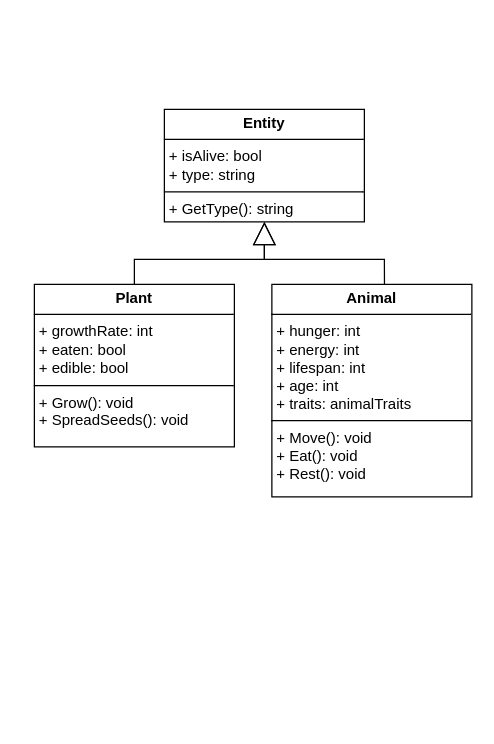
Mythicies/Mythicies keeps this draw.io diagram as Dagbesteding/C++/Ecosystem/Design/Class diagram ecosystem.drawio. Above is the earlier version. Source tidied: cells renumbered, new cells numbered last; positions are measured from the earlier drawing's top-left corner, leaving out a move shared by most shapes. Both pictures are drawn from the tidied source at 125%, with x=0, y=0 at pixel (34, 109).
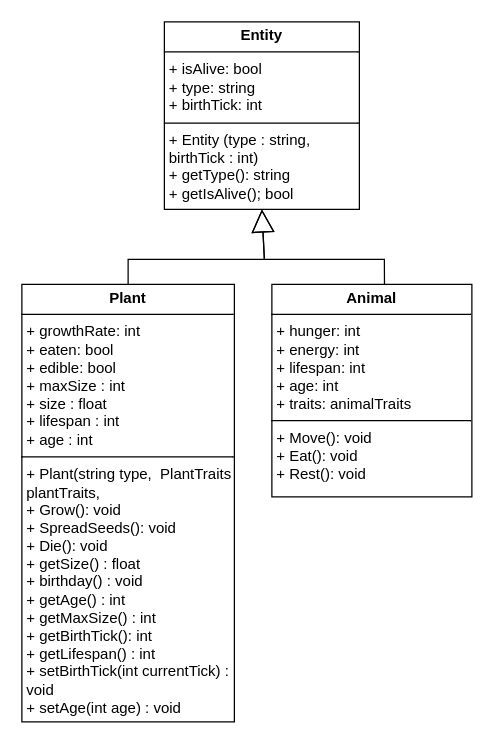
The same page after the edit.

Change to the diagram source:
```diff
@@
 <mxGraphModel>
   <root>
     <mxCell id="0" />
     <mxCell id="1" parent="0" />
-    <mxCell id="2" value="&lt;p style=&quot;margin:0px;margin-top:4px;text-align:center;&quot;&gt;&lt;b&gt;Entity&lt;/b&gt;&lt;/p&gt;&lt;hr size=&quot;1&quot; style=&quot;border-style:solid;&quot;&gt;&lt;p style=&quot;margin:0px;margin-left:4px;&quot;&gt;&lt;span style=&quot;background-color: transparent; color: light-dark(rgb(0, 0, 0), rgb(255, 255, 255));&quot;&gt;+ isAlive: bool&lt;/span&gt;&lt;/p&gt;&lt;p style=&quot;margin:0px;margin-left:4px;&quot;&gt;&lt;span style=&quot;background-color: transparent; color: light-dark(rgb(0, 0, 0), rgb(255, 255, 255));&quot;&gt;+ type: string&lt;/span&gt;&lt;/p&gt;&lt;hr size=&quot;1&quot; style=&quot;border-style:solid;&quot;&gt;&lt;p style=&quot;margin:0px;margin-left:4px;&quot;&gt;+ GetType(): string&lt;/p&gt;" style="verticalAlign=top;align=left;overflow=fill;html=1;whiteSpace=wrap;" parent="1" vertex="1">
-      <mxGeometry x="104" width="160" height="90" as="geometry" />
+    <mxCell id="2" value="&lt;p style=&quot;margin:0px;margin-top:4px;text-align:center;&quot;&gt;&lt;b&gt;Entity&lt;/b&gt;&lt;/p&gt;&lt;hr size=&quot;1&quot; style=&quot;border-style:solid;&quot;&gt;&lt;p style=&quot;margin:0px;margin-left:4px;&quot;&gt;&lt;span style=&quot;background-color: transparent; color: light-dark(rgb(0, 0, 0), rgb(255, 255, 255));&quot;&gt;+ isAlive: bool&lt;/span&gt;&lt;/p&gt;&lt;p style=&quot;margin:0px;margin-left:4px;&quot;&gt;&lt;span style=&quot;background-color: transparent; color: light-dark(rgb(0, 0, 0), rgb(255, 255, 255));&quot;&gt;+ type: string&lt;/span&gt;&lt;/p&gt;&lt;p style=&quot;margin:0px;margin-left:4px;&quot;&gt;+ birthTick: int&lt;/p&gt;&lt;hr size=&quot;1&quot; style=&quot;border-style:solid;&quot;&gt;&lt;p style=&quot;margin:0px;margin-left:4px;&quot;&gt;+ Entity (type : string, birthTick : int)&lt;/p&gt;&lt;p style=&quot;margin:0px;margin-left:4px;&quot;&gt;+ getType(): string&lt;/p&gt;&lt;p style=&quot;margin:0px;margin-left:4px;&quot;&gt;+ getIsAlive(); bool&lt;/p&gt;&lt;p style=&quot;margin:0px;margin-left:4px;&quot;&gt;&lt;br&gt;&lt;/p&gt;" style="verticalAlign=top;align=left;overflow=fill;html=1;whiteSpace=wrap;" parent="1" vertex="1">
+      <mxGeometry x="104" y="-70" width="156" height="150" as="geometry" />
     </mxCell>
-    <mxCell id="3" value="&lt;p style=&quot;margin:0px;margin-top:4px;text-align:center;&quot;&gt;&lt;b&gt;Plant&lt;/b&gt;&lt;/p&gt;&lt;hr size=&quot;1&quot; style=&quot;border-style:solid;&quot;&gt;&lt;p style=&quot;margin:0px;margin-left:4px;&quot;&gt;+ growthRate: int&lt;/p&gt;&lt;p style=&quot;margin:0px;margin-left:4px;&quot;&gt;+ eaten: bool&lt;/p&gt;&lt;p style=&quot;margin:0px;margin-left:4px;&quot;&gt;+ edible: bool&lt;/p&gt;&lt;hr size=&quot;1&quot; style=&quot;border-style:solid;&quot;&gt;&lt;p style=&quot;margin:0px;margin-left:4px;&quot;&gt;+ Grow(): void&lt;/p&gt;&lt;p style=&quot;margin:0px;margin-left:4px;&quot;&gt;+ SpreadSeeds(): void&lt;/p&gt;" style="verticalAlign=top;align=left;overflow=fill;html=1;whiteSpace=wrap;" parent="1" vertex="1">
-      <mxGeometry y="140" width="160" height="130" as="geometry" />
+    <mxCell id="3" value="&lt;p style=&quot;margin:0px;margin-top:4px;text-align:center;&quot;&gt;&lt;b&gt;Plant&lt;/b&gt;&lt;/p&gt;&lt;hr size=&quot;1&quot; style=&quot;border-style:solid;&quot;&gt;&lt;p style=&quot;margin:0px;margin-left:4px;&quot;&gt;+ growthRate: int&lt;/p&gt;&lt;p style=&quot;margin:0px;margin-left:4px;&quot;&gt;+ eaten: bool&lt;/p&gt;&lt;p style=&quot;margin:0px;margin-left:4px;&quot;&gt;+ edible: bool&lt;/p&gt;&lt;p style=&quot;margin:0px;margin-left:4px;&quot;&gt;+ maxSize : int&lt;/p&gt;&lt;p style=&quot;margin:0px;margin-left:4px;&quot;&gt;+ size : float&lt;/p&gt;&lt;p style=&quot;margin:0px;margin-left:4px;&quot;&gt;+ lifespan : int&lt;/p&gt;&lt;p style=&quot;margin:0px;margin-left:4px;&quot;&gt;+ age : int&lt;/p&gt;&lt;hr size=&quot;1&quot; style=&quot;border-style:solid;&quot;&gt;&lt;p style=&quot;margin:0px;margin-left:4px;&quot;&gt;+ Plant(string type,&amp;nbsp; PlantTraits plantTraits,&amp;nbsp;&lt;/p&gt;&lt;p style=&quot;margin:0px;margin-left:4px;&quot;&gt;+ Grow(): void&lt;/p&gt;&lt;p style=&quot;margin:0px;margin-left:4px;&quot;&gt;+ SpreadSeeds(): void&lt;/p&gt;&lt;p style=&quot;margin:0px;margin-left:4px;&quot;&gt;+ Die(): void&lt;/p&gt;&lt;p style=&quot;margin:0px;margin-left:4px;&quot;&gt;+ getSize() : float&lt;/p&gt;&lt;p style=&quot;margin:0px;margin-left:4px;&quot;&gt;+ birthday() : void&lt;/p&gt;&lt;p style=&quot;margin:0px;margin-left:4px;&quot;&gt;+ getAge() : int&lt;/p&gt;&lt;p style=&quot;margin:0px;margin-left:4px;&quot;&gt;+ getMaxSize() : int&lt;/p&gt;&lt;p style=&quot;margin:0px;margin-left:4px;&quot;&gt;+ getBirthTick(): int&lt;/p&gt;&lt;p style=&quot;margin:0px;margin-left:4px;&quot;&gt;+ getLifespan() : int&lt;/p&gt;&lt;p style=&quot;margin:0px;margin-left:4px;&quot;&gt;+ setBirthTick(int currentTick) : void&lt;/p&gt;&lt;p style=&quot;margin:0px;margin-left:4px;&quot;&gt;+ setAge(int age) : void&lt;/p&gt;" style="verticalAlign=top;align=left;overflow=fill;html=1;whiteSpace=wrap;" parent="1" vertex="1">
+      <mxGeometry x="-10" y="140" width="170" height="350" as="geometry" />
     </mxCell>
     <mxCell id="4" value="&lt;p style=&quot;margin:0px;margin-top:4px;text-align:center;&quot;&gt;&lt;b&gt;Animal&lt;/b&gt;&lt;/p&gt;&lt;hr size=&quot;1&quot; style=&quot;border-style:solid;&quot;&gt;&lt;p style=&quot;margin:0px;margin-left:4px;&quot;&gt;+ hunger: int&lt;/p&gt;&lt;p style=&quot;margin:0px;margin-left:4px;&quot;&gt;+ energy: int&lt;/p&gt;&lt;p style=&quot;margin:0px;margin-left:4px;&quot;&gt;+ lifespan: int&lt;/p&gt;&lt;p style=&quot;margin:0px;margin-left:4px;&quot;&gt;+ age: int&lt;/p&gt;&lt;p style=&quot;margin:0px;margin-left:4px;&quot;&gt;+ traits: animalTraits&lt;/p&gt;&lt;hr size=&quot;1&quot; style=&quot;border-style:solid;&quot;&gt;&lt;p style=&quot;margin:0px;margin-left:4px;&quot;&gt;+ Move(): void&lt;/p&gt;&lt;p style=&quot;margin:0px;margin-left:4px;&quot;&gt;+ Eat(): void&lt;/p&gt;&lt;p style=&quot;margin:0px;margin-left:4px;&quot;&gt;+ Rest(): void&lt;/p&gt;&lt;p style=&quot;margin:0px;margin-left:4px;&quot;&gt;&lt;br&gt;&lt;/p&gt;" style="verticalAlign=top;align=left;overflow=fill;html=1;whiteSpace=wrap;" parent="1" vertex="1">
       <mxGeometry x="190" y="140" width="160" height="170" as="geometry" />
     </mxCell>
     <mxCell id="5" style="endArrow=block;endSize=16;endFill=0;html=1;rounded=0;entryX=0.5;entryY=1;entryDx=0;entryDy=0;exitX=0.5;exitY=0;exitDx=0;exitDy=0;" parent="1" edge="1" source="3" target="2">
       <mxGeometry relative="1" as="geometry">
         <Array as="points">
-          <mxPoint x="80" y="120" />
+          <mxPoint x="75" y="120" />
           <mxPoint x="90" y="120" />
           <mxPoint x="184" y="120" />
         </Array>
       </mxGeometry>
     </mxCell>
     <mxCell id="6" style="endArrow=block;endSize=16;endFill=0;html=1;rounded=0;entryX=0.5;entryY=1;entryDx=0;entryDy=0;exitX=0.563;exitY=0;exitDx=0;exitDy=0;exitPerimeter=0;" parent="1" edge="1" source="4" target="2">
       <mxGeometry relative="1" as="geometry">
         <Array as="points">
           <mxPoint x="280" y="120" />
           <mxPoint x="184" y="120" />
         </Array>
       </mxGeometry>
     </mxCell>
   </root>
 </mxGraphModel>
```
